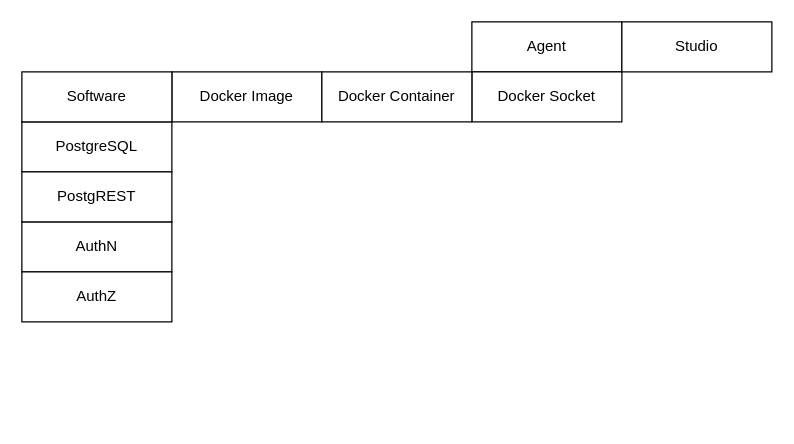
Earlier version of the draw.io diagram README.dio (crestfall-sh/authn). Source tidied: cells renumbered, new cells numbered last; positions are measured from the earlier drawing's top-left corner, leaving out a move shared by most shapes. Both pictures are drawn from the tidied source at 125%, with x=0, y=0 at pixel (21, 21).
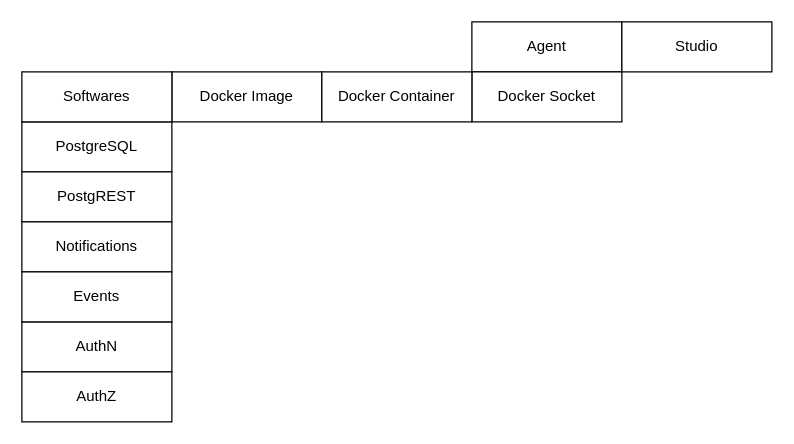
The same page after the edit.

The edit, as a diff of the source:
```diff
@@
 <mxGraphModel>
   <root>
     <mxCell id="0" />
     <mxCell id="1" parent="0" />
     <mxCell id="2" value="AuthN" style="rounded=0;whiteSpace=wrap;html=1;" parent="1" vertex="1">
-      <mxGeometry y="160" width="120" height="40" as="geometry" />
+      <mxGeometry y="240" width="120" height="40" as="geometry" />
     </mxCell>
     <mxCell id="3" value="PostgreSQL" style="rounded=0;whiteSpace=wrap;html=1;" parent="1" vertex="1">
       <mxGeometry y="80" width="120" height="40" as="geometry" />
     </mxCell>
     <mxCell id="4" value="PostgREST" style="rounded=0;whiteSpace=wrap;html=1;" parent="1" vertex="1">
       <mxGeometry y="120" width="120" height="40" as="geometry" />
     </mxCell>
     <mxCell id="5" value="AuthZ" style="rounded=0;whiteSpace=wrap;html=1;" parent="1" vertex="1">
-      <mxGeometry y="200" width="120" height="40" as="geometry" />
+      <mxGeometry y="280" width="120" height="40" as="geometry" />
     </mxCell>
     <mxCell id="6" value="Agent" style="rounded=0;whiteSpace=wrap;html=1;" parent="1" vertex="1">
       <mxGeometry x="360" width="120" height="40" as="geometry" />
     </mxCell>
     <mxCell id="7" value="Docker Socket" style="rounded=0;whiteSpace=wrap;html=1;" parent="1" vertex="1">
       <mxGeometry x="360" y="40" width="120" height="40" as="geometry" />
     </mxCell>
     <mxCell id="8" value="Docker Image" style="rounded=0;whiteSpace=wrap;html=1;" parent="1" vertex="1">
       <mxGeometry x="120" y="40" width="120" height="40" as="geometry" />
     </mxCell>
     <mxCell id="9" value="Docker Container" style="rounded=0;whiteSpace=wrap;html=1;" parent="1" vertex="1">
       <mxGeometry x="240" y="40" width="120" height="40" as="geometry" />
     </mxCell>
-    <mxCell id="10" value="Software" style="rounded=0;whiteSpace=wrap;html=1;" parent="1" vertex="1">
+    <mxCell id="10" value="Softwares" style="rounded=0;whiteSpace=wrap;html=1;" parent="1" vertex="1">
       <mxGeometry y="40" width="120" height="40" as="geometry" />
     </mxCell>
     <mxCell id="11" value="Studio" style="rounded=0;whiteSpace=wrap;html=1;" parent="1" vertex="1">
       <mxGeometry x="480" width="120" height="40" as="geometry" />
     </mxCell>
+    <mxCell id="12" value="Notifications" style="rounded=0;whiteSpace=wrap;html=1;" parent="1" vertex="1">
+      <mxGeometry y="160" width="120" height="40" as="geometry" />
+    </mxCell>
+    <mxCell id="13" value="Events" style="rounded=0;whiteSpace=wrap;html=1;" parent="1" vertex="1">
+      <mxGeometry y="200" width="120" height="40" as="geometry" />
+    </mxCell>
   </root>
 </mxGraphModel>
```
